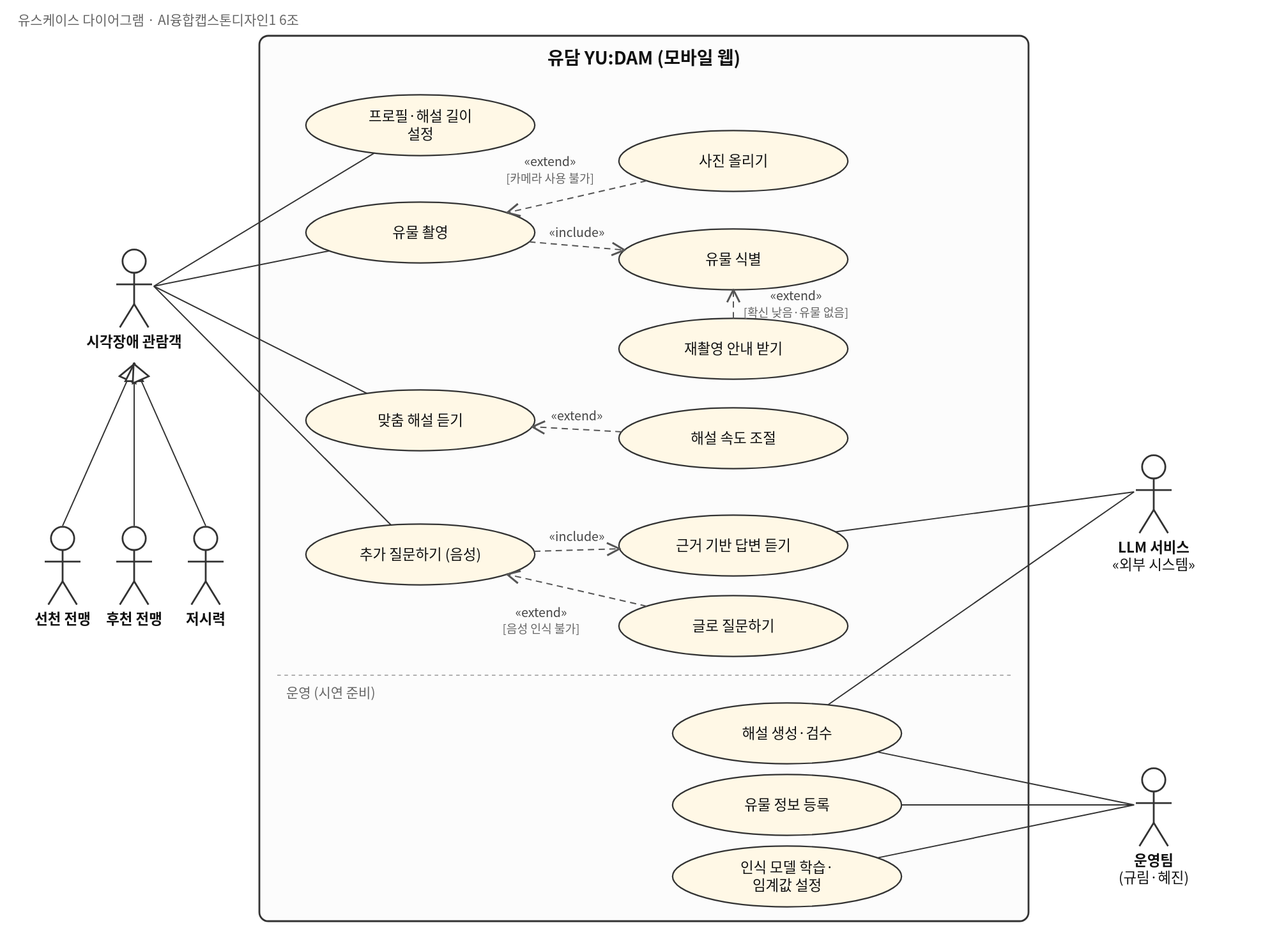
Before: docs/uml/usecase.svg, a diagram exported from PlantUML (kyurimyang/AIcapston1). Its source is kept beside it as docs/uml/usecase.puml. The source it was exported from:
```plantuml
@startuml usecase
left to right direction
skinparam actorStyle stick
skinparam usecase { BackgroundColor #FFF8E6 BorderColor #333 }

actor "시각장애 관람객" as Visitor
actor "선천 전맹" as Congenital
actor "후천 전맹" as Acquired
actor "저시력" as LowVision
Congenital -|> Visitor
Acquired -|> Visitor
LowVision -|> Visitor

actor "LLM 서비스\n<<외부 시스템>>" as LLM
actor "운영팀\n(규림·혜진)" as Team

rectangle "유담 YU:DAM (모바일 웹)" {
  usecase "프로필·해설 길이 설정" as UC_Profile
  usecase "유물 촬영" as UC_Shoot
  usecase "사진 올리기" as UC_Upload
  usecase "유물 식별" as UC_Identify
  usecase "재촬영 안내 받기" as UC_Retake
  usecase "맞춤 해설 듣기" as UC_Narr
  usecase "해설 속도 조절" as UC_Speed
  usecase "추가 질문하기 (음성)" as UC_Ask
  usecase "근거 기반 답변 듣기" as UC_Answer
  usecase "글로 질문하기" as UC_Text

  usecase "해설 생성·검수" as UC_Review
  usecase "유물 정보 등록" as UC_Meta
  usecase "인식 모델 학습·임계값 설정" as UC_Train
}

Visitor -- UC_Profile
Visitor -- UC_Shoot
Visitor -- UC_Narr
Visitor -- UC_Ask

UC_Shoot ..> UC_Identify : <<include>>
UC_Upload ..> UC_Shoot : <<extend>>\n[카메라 사용 불가]
UC_Retake ..> UC_Identify : <<extend>>\n[확신 낮음·유물 없음]
UC_Speed ..> UC_Narr : <<extend>>
UC_Ask ..> UC_Answer : <<include>>
UC_Text ..> UC_Ask : <<extend>>\n[음성 인식 불가]

UC_Answer -- LLM
UC_Review -- LLM
Team -- UC_Review
Team -- UC_Meta
Team -- UC_Train
@enduml
```
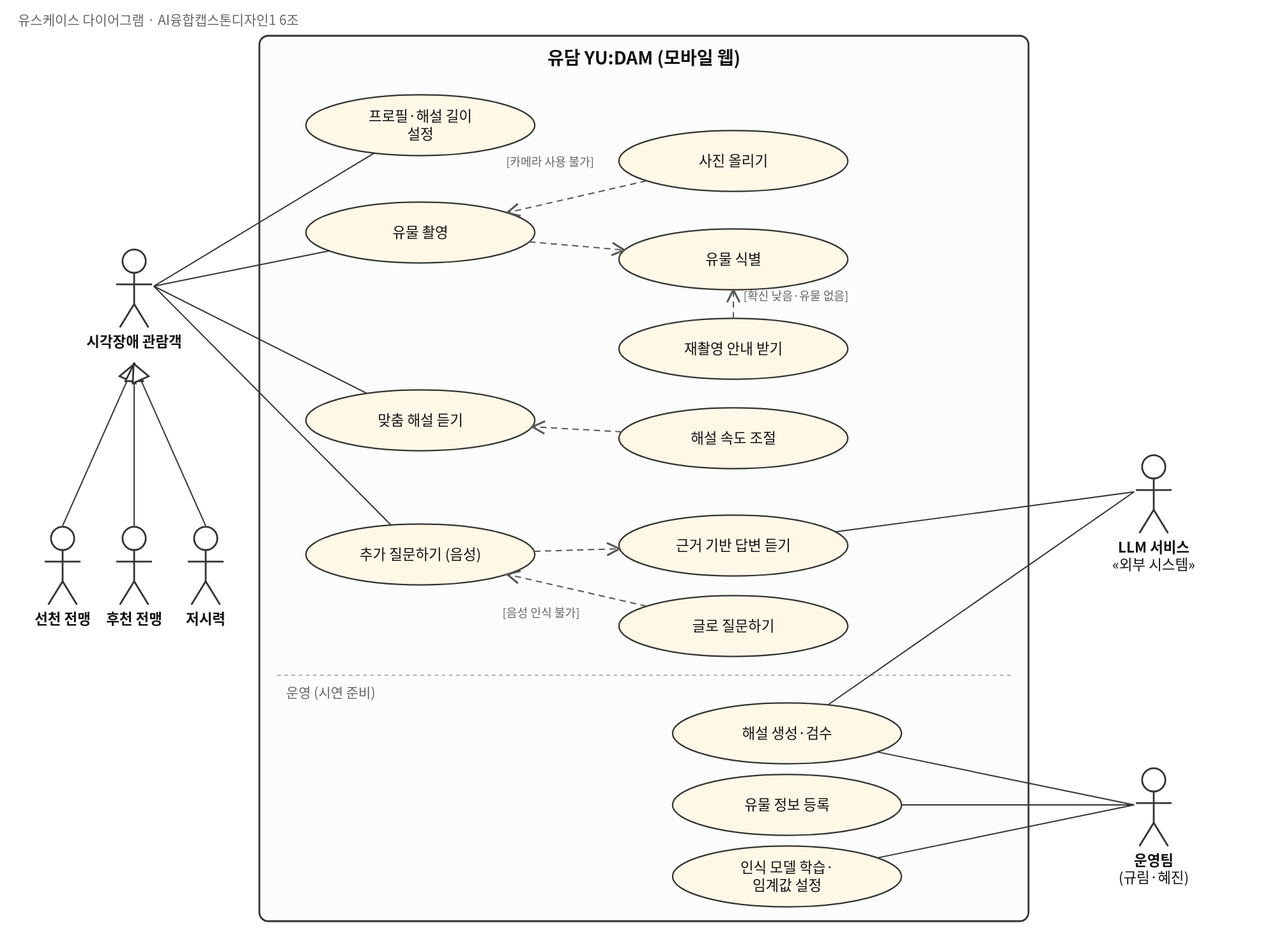
After the change.

Commit message:
유스케이스 다이어그램: 점선 화살표의 «extend»·«include» 글자 삭제 (조건 표시는 유지)

Claude-Session: https://claude.ai/code/session_01DfepJ4P3R8KkBf4huVmUEx

The edit, as a diff of the source:
```diff
@@ -36,12 +36,12 @@
 Visitor -- UC_Narr
 Visitor -- UC_Ask
 
-UC_Shoot ..> UC_Identify : <<include>>
-UC_Upload ..> UC_Shoot : <<extend>>\n[카메라 사용 불가]
-UC_Retake ..> UC_Identify : <<extend>>\n[확신 낮음·유물 없음]
-UC_Speed ..> UC_Narr : <<extend>>
-UC_Ask ..> UC_Answer : <<include>>
-UC_Text ..> UC_Ask : <<extend>>\n[음성 인식 불가]
+UC_Shoot ..> UC_Identify
+UC_Upload ..> UC_Shoot : [카메라 사용 불가]
+UC_Retake ..> UC_Identify : [확신 낮음·유물 없음]
+UC_Speed ..> UC_Narr
+UC_Ask ..> UC_Answer
+UC_Text ..> UC_Ask : [음성 인식 불가]
 
 UC_Answer -- LLM
 UC_Review -- LLM
```
